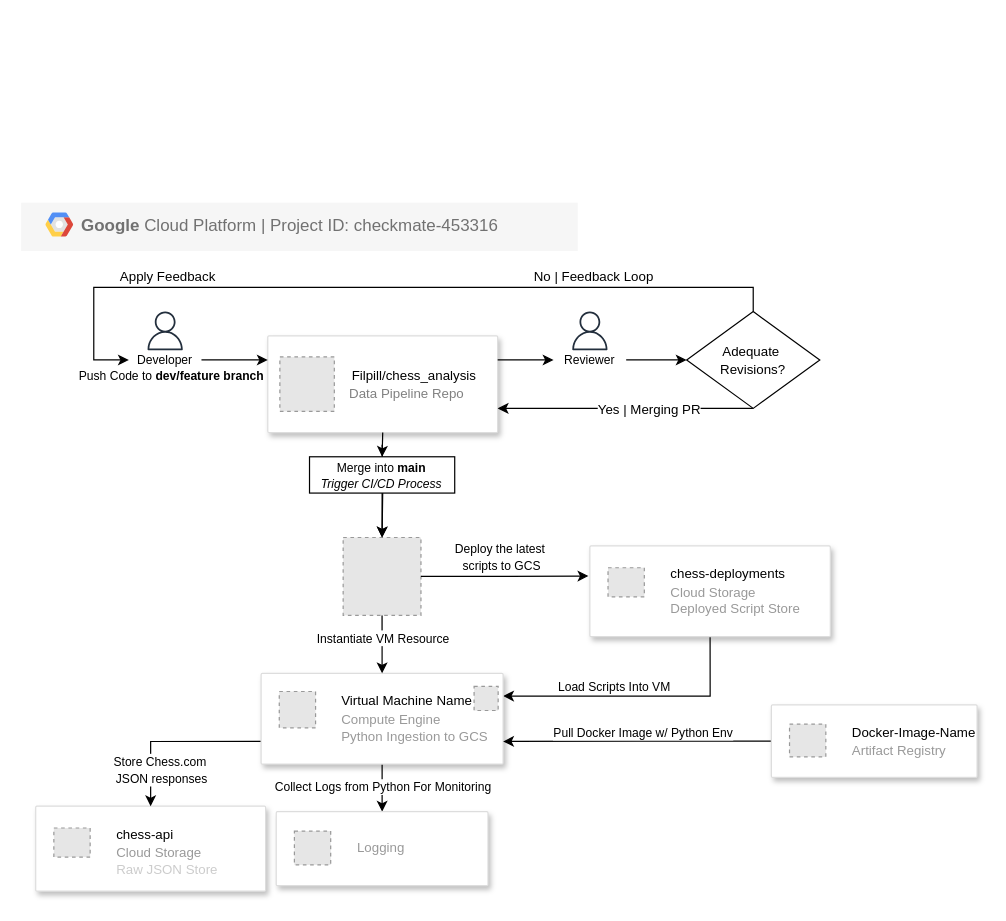
Earlier version of the draw.io diagram page "Git CI/CD" (1 of 2) of diagrams/architecture/chess_pipeline_architecture.drawio (Filpill/chess_analysis). Source tidied: cells renumbered, new cells numbered last; positions are measured from the earlier drawing's top-left corner, leaving out a move shared by most shapes. Both pictures are drawn from the tidied source at 121%, with x=0, y=0 at pixel (21, 202). Pictures stored in the file or linked from it are replaced by grey dashed boxes.
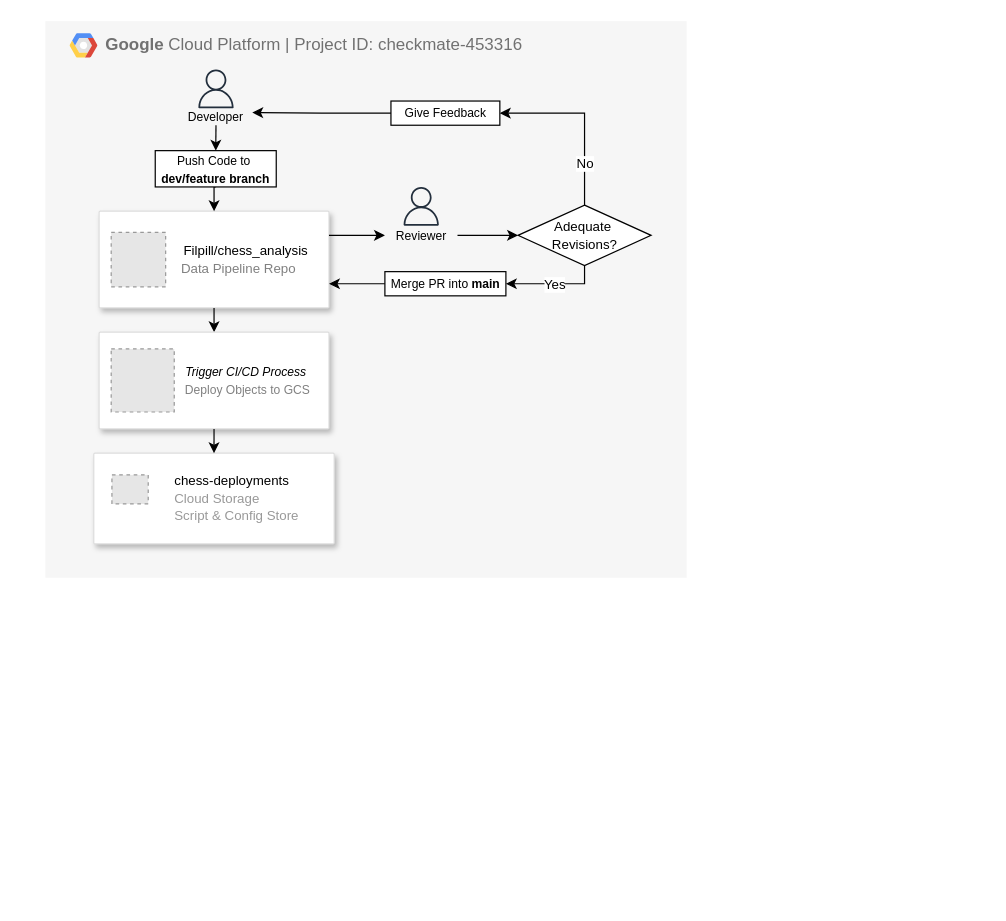
The same page after the edit.

The change refers to these unchanged cells:
```xml
<mxCell id="17" style="strokeColor=#dddddd;shadow=1;strokeWidth=1;rounded=1;absoluteArcSize=1;arcSize=2;align=right;fontColor=#CCCCCC;" parent="16" vertex="1">
  <mxGeometry width="190" height="80" as="geometry" />
</mxCell>
```

Diff of the diagram source:
```diff
@@
-    <mxCell id="2" style="strokeColor=#dddddd;shadow=1;strokeWidth=1;rounded=1;absoluteArcSize=1;arcSize=2;align=right;fontColor=#CCCCCC;" parent="1" vertex="1">
-      <mxGeometry x="12" y="498.8" width="190" height="70.2" as="geometry" />
-    </mxCell>
-    <mxCell id="3" value="&lt;div&gt;&lt;font style=&quot;font-size: 11px;&quot; color=&quot;#000000&quot;&gt;&lt;br&gt;&lt;/font&gt;&lt;/div&gt;&lt;font style=&quot;font-size: 11px;&quot;&gt;&lt;font color=&quot;#000000&quot;&gt;chess-api&lt;/font&gt;&lt;br&gt;Cloud Storage&lt;/font&gt;&lt;div&gt;&lt;span style=&quot;color: rgb(204, 204, 204); text-align: right;&quot;&gt;&lt;font style=&quot;font-size: 11px;&quot;&gt;Raw JSON Store&amp;nbsp; &amp;nbsp; &amp;nbsp;&amp;nbsp;&lt;/font&gt;&lt;/span&gt;&lt;/div&gt;" style="fillColor=#E6E6E6;strokeColor=#999999;dashed=1;html=1;fontColor=#999999;verticalLabelPosition=middle;verticalAlign=middle;labelPosition=right;align=left;spacingLeft=20;" parent="2" vertex="1">
-      <mxGeometry width="30" height="24" relative="1" as="geometry">
-        <mxPoint x="15" y="18" as="offset" />
-      </mxGeometry>
-    </mxCell>
-    <mxCell id="4" style="edgeStyle=orthogonalEdgeStyle;rounded=0;jettySize=auto;html=1;exitX=0.5;exitY=1;exitDx=0;exitDy=0;entryX=1;entryY=0.25;entryDx=0;entryDy=0;" parent="1" edge="1" source="23" target="10">
-      <mxGeometry relative="1" as="geometry" />
-    </mxCell>
-    <mxCell id="5" value="&lt;font style=&quot;font-size: 10px;&quot;&gt;Load Scripts Into VM&lt;/font&gt;" style="edgeLabel;html=1;align=center;verticalAlign=middle;" parent="4" vertex="1">
-      <mxGeometry x="0.17" y="-1" relative="1" as="geometry">
-        <mxPoint y="-7" as="offset" />
-      </mxGeometry>
-    </mxCell>
-    <mxCell id="6" style="edgeStyle=orthogonalEdgeStyle;rounded=0;jettySize=auto;html=1;exitX=0.5;exitY=1;exitDx=0;exitDy=0;entryX=0.5;entryY=0;entryDx=0;entryDy=0;" parent="1" edge="1" source="10" target="13">
-      <mxGeometry relative="1" as="geometry" />
-    </mxCell>
-    <mxCell id="7" value="&lt;font style=&quot;font-size: 10px;&quot;&gt;Collect Logs from Python For Monitoring&lt;/font&gt;" style="edgeLabel;html=1;align=center;verticalAlign=middle;" parent="6" vertex="1">
-      <mxGeometry x="-0.47" y="-2" relative="1" as="geometry">
-        <mxPoint x="2" y="8" as="offset" />
-      </mxGeometry>
-    </mxCell>
-    <mxCell id="8" style="edgeStyle=orthogonalEdgeStyle;rounded=0;jettySize=auto;html=1;exitX=0;exitY=0.75;exitDx=0;exitDy=0;entryX=0.5;entryY=0;entryDx=0;entryDy=0;" parent="1" edge="1" source="10" target="2">
-      <mxGeometry relative="1" as="geometry" />
-    </mxCell>
-    <mxCell id="9" value="&lt;font style=&quot;font-size: 10px;&quot;&gt;Store Chess.com&amp;nbsp;&lt;/font&gt;&lt;div&gt;&lt;font style=&quot;font-size: 10px;&quot;&gt;JSON responses&lt;/font&gt;&lt;/div&gt;" style="edgeLabel;html=1;align=center;verticalAlign=middle;" parent="8" vertex="1">
-      <mxGeometry x="-0.28" y="4" relative="1" as="geometry">
-        <mxPoint x="-31" y="19" as="offset" />
-      </mxGeometry>
-    </mxCell>
-    <mxCell id="10" style="strokeColor=#dddddd;shadow=1;strokeWidth=1;rounded=1;absoluteArcSize=1;arcSize=2;fontSize=11;" parent="1" vertex="1">
-      <mxGeometry x="198.3" y="389" width="200" height="75" as="geometry" />
-    </mxCell>
-    <mxCell id="11" value="&lt;div&gt;&lt;font style=&quot;font-size: 11px;&quot; color=&quot;#000000&quot;&gt;&lt;br&gt;&lt;/font&gt;&lt;/div&gt;&lt;font style=&quot;font-size: 11px;&quot;&gt;&lt;font color=&quot;#000000&quot;&gt;Virtual Machine Name&lt;/font&gt;&lt;br&gt;Compute Engine&lt;/font&gt;&lt;div&gt;&lt;font style=&quot;font-size: 11px;&quot;&gt;Python Ingestion to GCS&lt;/font&gt;&lt;/div&gt;" style="fillColor=#E6E6E6;strokeColor=#999999;dashed=1;html=1;fontColor=#999999;verticalLabelPosition=middle;verticalAlign=middle;labelPosition=right;align=left;spacingLeft=20;" parent="10" vertex="1">
-      <mxGeometry width="30" height="30" relative="1" as="geometry">
-        <mxPoint x="15" y="15" as="offset" />
-      </mxGeometry>
-    </mxCell>
-    <mxCell id="12" style="fillColor=#E6E6E6;strokeColor=#999999;dashed=1;" parent="10" vertex="1">
-      <mxGeometry x="176" y="10.7" width="19.9" height="20" as="geometry" />
-    </mxCell>
-    <mxCell id="13" style="strokeColor=#dddddd;shadow=1;strokeWidth=1;rounded=1;absoluteArcSize=1;arcSize=2;" parent="1" vertex="1">
-      <mxGeometry x="210.8" y="503.3" width="175" height="61.2" as="geometry" />
-    </mxCell>
-    <mxCell id="14" value="&lt;font style=&quot;font-size: 11px;&quot;&gt;Logging&lt;/font&gt;" style="fillColor=#E6E6E6;strokeColor=#999999;dashed=1;html=1;fontColor=#999999;verticalLabelPosition=middle;verticalAlign=middle;labelPosition=right;align=left;spacingLeft=20;" parent="13" vertex="1">
-      <mxGeometry width="30" height="28" relative="1" as="geometry">
-        <mxPoint x="15" y="16" as="offset" />
-      </mxGeometry>
-    </mxCell>
+    <mxCell id="28" value="&lt;b&gt;Google &lt;/b&gt;Cloud Platform | Project ID: checkmate-453316" style="fillColor=#F6F6F6;strokeColor=none;shadow=0;gradientColor=none;fontSize=14;align=left;spacing=10;fontColor=#717171;9E9E9E;verticalAlign=top;spacingTop=-4;fontStyle=0;spacingLeft=40;html=1;whiteSpace=wrap;" parent="1" vertex="1">
+      <mxGeometry x="20" y="-150" width="530" height="460" as="geometry" />
+    </mxCell>
+    <mxCell id="54" style="shape=mxgraph.gcp2.google_cloud_platform;fillColor=#F6F6F6;strokeColor=none;shadow=0;gradientColor=none;" parent="28" vertex="1">
+      <mxGeometry width="23" height="20" relative="1" as="geometry">
+        <mxPoint x="20" y="10" as="offset" />
+      </mxGeometry>
+    </mxCell>
     <mxCell id="15" style="group;" parent="1" vertex="1">
-      <mxGeometry x="203.8" y="110" width="190" height="80" as="geometry" />
+      <mxGeometry x="64.4" y="7" width="190" height="80" as="geometry" />
     </mxCell>
@@
-    <mxCell id="20" style="edgeStyle=orthogonalEdgeStyle;rounded=0;jettySize=auto;html=1;exitX=0.5;exitY=1;exitDx=0;exitDy=0;entryX=0.5;entryY=0;entryDx=0;entryDy=0;" parent="1" edge="1" source="22" target="10">
-      <mxGeometry relative="1" as="geometry" />
-    </mxCell>
-    <mxCell id="21" value="&lt;font style=&quot;font-size: 10px;&quot;&gt;Instantiate VM Resource&lt;/font&gt;" style="edgeLabel;html=1;align=center;verticalAlign=middle;" parent="20" vertex="1">
-      <mxGeometry x="0.02" y="-1" relative="1" as="geometry">
-        <mxPoint x="1" y="-6" as="offset" />
-      </mxGeometry>
-    </mxCell>
-    <mxCell id="22" style="fillColor=#E6E6E6;strokeColor=#999999;dashed=1;" parent="1" vertex="1">
-      <mxGeometry x="266.1" y="276.7" width="64.3" height="64.3" as="geometry" />
-    </mxCell>
     <mxCell id="23" style="strokeColor=#dddddd;shadow=1;strokeWidth=1;rounded=1;absoluteArcSize=1;arcSize=2;" parent="1" vertex="1">
-      <mxGeometry x="470" y="283.7" width="198.7" height="75" as="geometry" />
+      <mxGeometry x="60" y="207" width="198.7" height="75" as="geometry" />
     </mxCell>
-    <mxCell id="24" value="&lt;div&gt;&lt;font style=&quot;font-size: 11px;&quot; color=&quot;#000000&quot;&gt;&lt;br&gt;&lt;/font&gt;&lt;/div&gt;&lt;font style=&quot;font-size: 11px;&quot;&gt;&lt;font color=&quot;#000000&quot;&gt;chess-deployments&lt;/font&gt;&lt;br&gt;Cloud Storage&lt;/font&gt;&lt;div&gt;&lt;font style=&quot;font-size: 11px;&quot;&gt;Deployed Script Store&lt;/font&gt;&lt;/div&gt;" style="fillColor=#E6E6E6;strokeColor=#999999;dashed=1;html=1;fontColor=#999999;verticalLabelPosition=middle;verticalAlign=middle;labelPosition=right;align=left;spacingLeft=20;" parent="23" vertex="1">
+    <mxCell id="24" value="&lt;div&gt;&lt;font style=&quot;font-size: 11px;&quot; color=&quot;#000000&quot;&gt;&lt;br&gt;&lt;/font&gt;&lt;/div&gt;&lt;font style=&quot;font-size: 11px;&quot;&gt;&lt;font color=&quot;#000000&quot;&gt;chess-deployments&lt;/font&gt;&lt;br&gt;Cloud Storage&lt;/font&gt;&lt;div&gt;&lt;span style=&quot;font-size: 11px;&quot;&gt;Script &amp;amp; Config Store&lt;/span&gt;&lt;/div&gt;" style="fillColor=#E6E6E6;strokeColor=#999999;dashed=1;html=1;fontColor=#999999;verticalLabelPosition=middle;verticalAlign=middle;labelPosition=right;align=left;spacingLeft=20;" parent="23" vertex="1">
       <mxGeometry width="30" height="24" relative="1" as="geometry">
         <mxPoint x="15" y="18" as="offset" />
       </mxGeometry>
     </mxCell>
-    <mxCell id="25" style="edgeStyle=orthogonalEdgeStyle;rounded=0;jettySize=auto;html=1;exitX=1;exitY=0.5;exitDx=0;exitDy=0;entryX=-0.006;entryY=0.331;entryDx=0;entryDy=0;entryPerimeter=0;" parent="1" edge="1" source="22" target="23">
-      <mxGeometry relative="1" as="geometry" />
-    </mxCell>
-    <mxCell id="26" value="&lt;font style=&quot;font-size: 10px;&quot;&gt;Deploy the latest&amp;nbsp;&lt;/font&gt;&lt;div&gt;&lt;font style=&quot;font-size: 10px;&quot;&gt;scripts to GCS&lt;/font&gt;&lt;/div&gt;" style="edgeLabel;html=1;align=center;verticalAlign=middle;" parent="25" vertex="1">
-      <mxGeometry x="-0.27" y="3" relative="1" as="geometry">
-        <mxPoint x="15" y="-13" as="offset" />
-      </mxGeometry>
-    </mxCell>
-    <mxCell id="27" style="group;" parent="1" vertex="1">
-      <mxGeometry width="460" height="40" as="geometry" />
-    </mxCell>
-    <mxCell id="28" value="&lt;b&gt;Google &lt;/b&gt;Cloud Platform | Project ID: checkmate-453316" style="fillColor=#F6F6F6;strokeColor=none;shadow=0;gradientColor=none;fontSize=14;align=left;spacing=10;fontColor=#717171;9E9E9E;verticalAlign=top;spacingTop=-4;fontStyle=0;spacingLeft=40;html=1;whiteSpace=wrap;" parent="27" vertex="1">
-      <mxGeometry width="460" height="40" as="geometry" />
-    </mxCell>
-    <mxCell id="29" style="shape=mxgraph.gcp2.google_cloud_platform;fillColor=#F6F6F6;strokeColor=none;shadow=0;gradientColor=none;" parent="27" vertex="1">
-      <mxGeometry x="20" y="8" width="23" height="20" as="geometry">
-        <mxPoint x="20" y="10" as="offset" />
-      </mxGeometry>
-    </mxCell>
-    <mxCell id="30" style="edgeStyle=orthogonalEdgeStyle;rounded=0;jettySize=auto;html=1;exitX=0;exitY=0.5;exitDx=0;exitDy=0;entryX=1;entryY=0.75;entryDx=0;entryDy=0;" parent="1" edge="1" source="32" target="10">
-      <mxGeometry relative="1" as="geometry" />
-    </mxCell>
-    <mxCell id="31" value="&lt;div&gt;&lt;font style=&quot;font-size: 10px;&quot;&gt;Pull Docker Image w/ Python Env&lt;/font&gt;&lt;/div&gt;" style="edgeLabel;html=1;align=center;verticalAlign=middle;" parent="30" vertex="1">
-      <mxGeometry x="-0.54" y="3" relative="1" as="geometry">
-        <mxPoint x="-56" y="-11" as="offset" />
-      </mxGeometry>
-    </mxCell>
-    <mxCell id="32" style="strokeColor=#dddddd;shadow=1;strokeWidth=1;rounded=1;absoluteArcSize=1;arcSize=2;" parent="1" vertex="1">
-      <mxGeometry x="620" y="415" width="170" height="60" as="geometry" />
-    </mxCell>
-    <mxCell id="33" value="&lt;font style=&quot;font-size: 11px;&quot;&gt;&lt;font color=&quot;#000000&quot;&gt;Docker-Image-Name&lt;/font&gt;&lt;br&gt;Artifact Registry&lt;/font&gt;" style="fillColor=#E6E6E6;strokeColor=#999999;dashed=1;html=1;fontColor=#999999;verticalLabelPosition=middle;verticalAlign=middle;labelPosition=right;align=left;spacingLeft=20;" parent="32" vertex="1">
-      <mxGeometry width="30" height="27" relative="1" as="geometry">
-        <mxPoint x="15" y="16" as="offset" />
-      </mxGeometry>
-    </mxCell>
     <mxCell id="34" style="group;" parent="1" vertex="1">
-      <mxGeometry x="89" y="90" width="60" height="55" as="geometry" />
+      <mxGeometry x="131" y="-110" width="60" height="55" as="geometry" />
     </mxCell>
@@
     <mxCell id="36" value="&lt;font style=&quot;font-size: 10px;&quot;&gt;Developer&lt;/font&gt;" style="text;html=1;align=center;verticalAlign=middle;whiteSpace=wrap;rounded=0;" parent="34" vertex="1">
-      <mxGeometry y="36" width="60" height="8" as="geometry" />
+      <mxGeometry y="32" width="60" height="14" as="geometry" />
     </mxCell>
     <mxCell id="37" style="group;" parent="1" vertex="1">
-      <mxGeometry x="440" y="90" width="60" height="55" as="geometry" />
+      <mxGeometry x="300.6" y="-13" width="60" height="55" as="geometry" />
     </mxCell>
@@
-    <mxCell id="40" style="edgeStyle=orthogonalEdgeStyle;rounded=0;jettySize=auto;html=1;entryX=0;entryY=0.25;entryDx=0;entryDy=0;" parent="1" edge="1" source="36" target="17">
-      <mxGeometry relative="1" as="geometry" />
-    </mxCell>
-    <mxCell id="41" value="&lt;font style=&quot;font-size: 10px;&quot;&gt;Push Code to&lt;b&gt; dev/feature branch&lt;/b&gt;&lt;/font&gt;" style="edgeLabel;html=1;align=center;verticalAlign=middle;points=[];" parent="40" vertex="1">
-      <mxGeometry x="-0.38" relative="1" as="geometry">
-        <mxPoint x="-43" y="12" as="offset" />
-      </mxGeometry>
-    </mxCell>
-    <mxCell id="42" style="edgeStyle=orthogonalEdgeStyle;rounded=0;jettySize=auto;html=1;exitX=0.5;exitY=1;exitDx=0;exitDy=0;entryX=0.5;entryY=0;entryDx=0;entryDy=0;" parent="1" edge="1" target="22">
-      <mxGeometry relative="1" as="geometry">
-        <mxPoint x="298.3" y="200" as="sourcePoint" />
-      </mxGeometry>
-    </mxCell>
-    <mxCell id="43" style="edgeStyle=orthogonalEdgeStyle;rounded=0;jettySize=auto;html=1;" parent="1" edge="1" source="44" target="22">
-      <mxGeometry relative="1" as="geometry" />
-    </mxCell>
-    <mxCell id="44" value="&lt;font style=&quot;text-wrap-mode: nowrap; font-size: 10px;&quot;&gt;Merge into&amp;nbsp;&lt;b&gt;main&lt;/b&gt;&lt;/font&gt;&lt;div style=&quot;font-size: 11px; text-wrap-mode: nowrap;&quot;&gt;&lt;i&gt;&lt;font style=&quot;font-size: 10px;&quot;&gt;Trigger CI/CD Process&lt;/font&gt;&lt;/i&gt;&lt;/div&gt;" style="rounded=0;whiteSpace=wrap;html=1;" parent="1" vertex="1">
-      <mxGeometry x="238.3" y="210" width="120" height="30" as="geometry" />
-    </mxCell>
@@
-    <mxCell id="46" style="edgeStyle=orthogonalEdgeStyle;rounded=0;jettySize=auto;html=1;exitX=0.5;exitY=1;exitDx=0;exitDy=0;entryX=1;entryY=0.75;entryDx=0;entryDy=0;" parent="1" edge="1" source="51" target="17">
+    <mxCell id="46" style="edgeStyle=orthogonalEdgeStyle;rounded=0;jettySize=auto;html=1;exitX=0.5;exitY=1;exitDx=0;exitDy=0;entryX=1;entryY=0.5;entryDx=0;entryDy=0;" parent="1" edge="1" source="51" target="61">
       <mxGeometry relative="1" as="geometry">
         <Array as="points">
-          <mxPoint x="540" y="170" />
-          <mxPoint x="540" y="170" />
+          <mxPoint x="465.5" y="67" />
+          <mxPoint x="430.5" y="67" />
         </Array>
       </mxGeometry>
     </mxCell>
-    <mxCell id="47" value="Yes | Merging PR" style="edgeLabel;html=1;align=center;verticalAlign=middle;" parent="46" vertex="1">
-      <mxGeometry x="-0.63" y="2" relative="1" as="geometry">
-        <mxPoint x="-48" y="-2" as="offset" />
-      </mxGeometry>
-    </mxCell>
-    <mxCell id="48" style="edgeStyle=orthogonalEdgeStyle;rounded=0;jettySize=auto;html=1;entryX=0;entryY=0.5;entryDx=0;entryDy=0;exitX=0.5;exitY=0;exitDx=0;exitDy=0;" parent="1" edge="1" source="51" target="36">
-      <mxGeometry relative="1" as="geometry">
-        <Array as="points">
-          <mxPoint x="605" y="70" />
-          <mxPoint x="60" y="70" />
-          <mxPoint x="60" y="130" />
-        </Array>
-      </mxGeometry>
-    </mxCell>
-    <mxCell id="49" value="&lt;span style=&quot;background-color: light-dark(#ffffff, var(--ge-dark-color, #121212)); color: light-dark(rgb(0, 0, 0), rgb(255, 255, 255));&quot;&gt;No | F&lt;/span&gt;&lt;span style=&quot;background-color: light-dark(#ffffff, var(--ge-dark-color, #121212)); color: light-dark(rgb(0, 0, 0), rgb(255, 255, 255));&quot;&gt;eedback Loop&lt;/span&gt;" style="edgeLabel;html=1;align=center;verticalAlign=middle;" parent="48" vertex="1">
-      <mxGeometry x="-0.07" y="-1" relative="1" as="geometry">
-        <mxPoint x="151" y="-9" as="offset" />
-      </mxGeometry>
-    </mxCell>
-    <mxCell id="50" value="Apply Feedback" style="edgeLabel;html=1;align=center;verticalAlign=middle;" parent="48" vertex="1">
-      <mxGeometry x="0.5" y="2" relative="1" as="geometry">
-        <mxPoint x="-14" y="-12" as="offset" />
-      </mxGeometry>
-    </mxCell>
+    <mxCell id="55" value="Yes" style="edgeLabel;html=1;align=center;verticalAlign=middle;" parent="46" vertex="1">
+      <mxGeometry x="-0.95" y="-3" relative="1" as="geometry">
+        <mxPoint x="-22" y="13" as="offset" />
+      </mxGeometry>
+    </mxCell>
+    <mxCell id="56" style="edgeStyle=orthogonalEdgeStyle;rounded=0;jettySize=auto;html=1;exitX=0.5;exitY=0;exitDx=0;exitDy=0;entryX=1;entryY=0.5;entryDx=0;entryDy=0;" parent="1" edge="1" source="51" target="59">
+      <mxGeometry relative="1" as="geometry" />
+    </mxCell>
+    <mxCell id="57" value="No" style="edgeLabel;html=1;align=center;verticalAlign=middle;" parent="56" vertex="1">
+      <mxGeometry x="-0.71" y="1" relative="1" as="geometry">
+        <mxPoint x="1" y="-14" as="offset" />
+      </mxGeometry>
+    </mxCell>
     <mxCell id="51" value="&lt;font style=&quot;font-size: 11px;&quot;&gt;Adequate&amp;nbsp;&lt;/font&gt;&lt;div&gt;&lt;font style=&quot;font-size: 11px;&quot;&gt;Revisions?&lt;/font&gt;&lt;/div&gt;" style="rhombus;whiteSpace=wrap;html=1;" parent="1" vertex="1">
-      <mxGeometry x="550" y="90" width="110" height="80" as="geometry" />
+      <mxGeometry x="410.6" y="2" width="110" height="50" as="geometry" />
     </mxCell>
@@
-    <mxCell id="53" style="edgeStyle=orthogonalEdgeStyle;rounded=0;jettySize=auto;html=1;exitX=0.5;exitY=1;exitDx=0;exitDy=0;entryX=0.5;entryY=0;entryDx=0;entryDy=0;" parent="1" edge="1" source="17" target="44">
+    <mxCell id="53" style="edgeStyle=orthogonalEdgeStyle;rounded=0;jettySize=auto;html=1;exitX=0.5;exitY=1;exitDx=0;exitDy=0;entryX=0.5;entryY=0;entryDx=0;entryDy=0;" parent="1" edge="1" source="17" target="65">
       <mxGeometry relative="1" as="geometry" />
     </mxCell>
+    <mxCell id="58" style="edgeStyle=orthogonalEdgeStyle;rounded=0;jettySize=auto;html=1;exitX=0;exitY=0.5;exitDx=0;exitDy=0;entryX=1;entryY=0.25;entryDx=0;entryDy=0;" parent="1" edge="1" source="59" target="36">
+      <mxGeometry relative="1" as="geometry" />
+    </mxCell>
+    <mxCell id="59" value="&lt;span style=&quot;font-size: 10px; text-wrap-mode: nowrap;&quot;&gt;Give Feedback&lt;/span&gt;" style="rounded=0;whiteSpace=wrap;html=1;" parent="1" vertex="1">
+      <mxGeometry x="305.6" y="-84" width="90" height="20" as="geometry" />
+    </mxCell>
+    <mxCell id="60" style="edgeStyle=orthogonalEdgeStyle;rounded=0;jettySize=auto;html=1;exitX=0;exitY=0.5;exitDx=0;exitDy=0;entryX=1;entryY=0.75;entryDx=0;entryDy=0;" parent="1" edge="1" source="61" target="17">
+      <mxGeometry relative="1" as="geometry" />
+    </mxCell>
+    <mxCell id="61" value="&lt;span style=&quot;font-size: 10px; text-wrap-mode: nowrap;&quot;&gt;Merge PR into&amp;nbsp;&lt;/span&gt;&lt;b style=&quot;font-size: 10px; text-wrap-mode: nowrap;&quot;&gt;main&lt;/b&gt;" style="rounded=0;whiteSpace=wrap;html=1;" parent="1" vertex="1">
+      <mxGeometry x="300.6" y="57" width="100" height="20" as="geometry" />
+    </mxCell>
+    <mxCell id="62" style="edgeStyle=orthogonalEdgeStyle;rounded=0;jettySize=auto;html=1;exitX=0.5;exitY=1;exitDx=0;exitDy=0;entryX=0.5;entryY=0;entryDx=0;entryDy=0;" parent="1" edge="1" source="41" target="17">
+      <mxGeometry relative="1" as="geometry" />
+    </mxCell>
+    <mxCell id="41" value="&lt;span style=&quot;font-size: 10px; text-wrap-mode: nowrap; background-color: rgb(255, 255, 255);&quot;&gt;Push Code to&lt;/span&gt;&lt;b style=&quot;font-size: 10px; text-wrap-mode: nowrap; background-color: rgb(255, 255, 255);&quot;&gt;&amp;nbsp;&lt;/b&gt;&lt;div&gt;&lt;b style=&quot;font-size: 10px; text-wrap-mode: nowrap; background-color: rgb(255, 255, 255);&quot;&gt;dev/feature branch&lt;/b&gt;&lt;/div&gt;" style="rounded=0;whiteSpace=wrap;html=1;" parent="1" vertex="1">
+      <mxGeometry x="110.8" y="-43" width="100" height="30" as="geometry" />
+    </mxCell>
+    <mxCell id="63" style="edgeStyle=orthogonalEdgeStyle;rounded=0;jettySize=auto;html=1;exitX=0.5;exitY=1;exitDx=0;exitDy=0;entryX=0.5;entryY=0;entryDx=0;entryDy=0;" parent="1" edge="1" source="36" target="41">
+      <mxGeometry relative="1" as="geometry" />
+    </mxCell>
+    <mxCell id="64" style="group;" parent="1" vertex="1">
+      <mxGeometry x="64.4" y="107" width="662.6" height="133" as="geometry" />
+    </mxCell>
+    <mxCell id="65" style="strokeColor=#dddddd;shadow=1;strokeWidth=1;rounded=1;absoluteArcSize=1;arcSize=2;align=right;fontColor=#CCCCCC;" parent="64" vertex="1">
+      <mxGeometry width="190" height="80" as="geometry" />
+    </mxCell>
+    <mxCell id="66" value="&lt;br&gt;&lt;div&gt;&lt;i style=&quot;font-size: 11px; text-wrap-mode: nowrap;&quot;&gt;&lt;font style=&quot;font-size: 10px;&quot;&gt;Trigger CI/CD Process&lt;/font&gt;&lt;/i&gt;&lt;br&gt;&lt;div style=&quot;text-align: right; text-wrap-mode: nowrap; color: rgb(153, 153, 153);&quot;&gt;&lt;font style=&quot;font-size: 10px;&quot; color=&quot;#808080&quot;&gt;&amp;nbsp;Deploy Objects to GCS&lt;/font&gt;&lt;/div&gt;&lt;/div&gt;" style="text;html=1;align=center;verticalAlign=middle;whiteSpace=wrap;rounded=0;" parent="64" vertex="1">
+      <mxGeometry x="91.2" y="17.5" width="60" height="30" as="geometry" />
+    </mxCell>
+    <mxCell id="67" style="fillColor=#E6E6E6;strokeColor=#999999;dashed=1;" parent="64" vertex="1">
+      <mxGeometry x="10" y="13.9" width="52.1" height="52.1" as="geometry" />
+    </mxCell>
+    <mxCell id="68" style="edgeStyle=orthogonalEdgeStyle;rounded=0;jettySize=auto;html=1;exitX=0.5;exitY=1;exitDx=0;exitDy=0;entryX=0.5;entryY=0;entryDx=0;entryDy=0;" parent="1" edge="1" source="65" target="23">
+      <mxGeometry relative="1" as="geometry" />
+    </mxCell>
```
